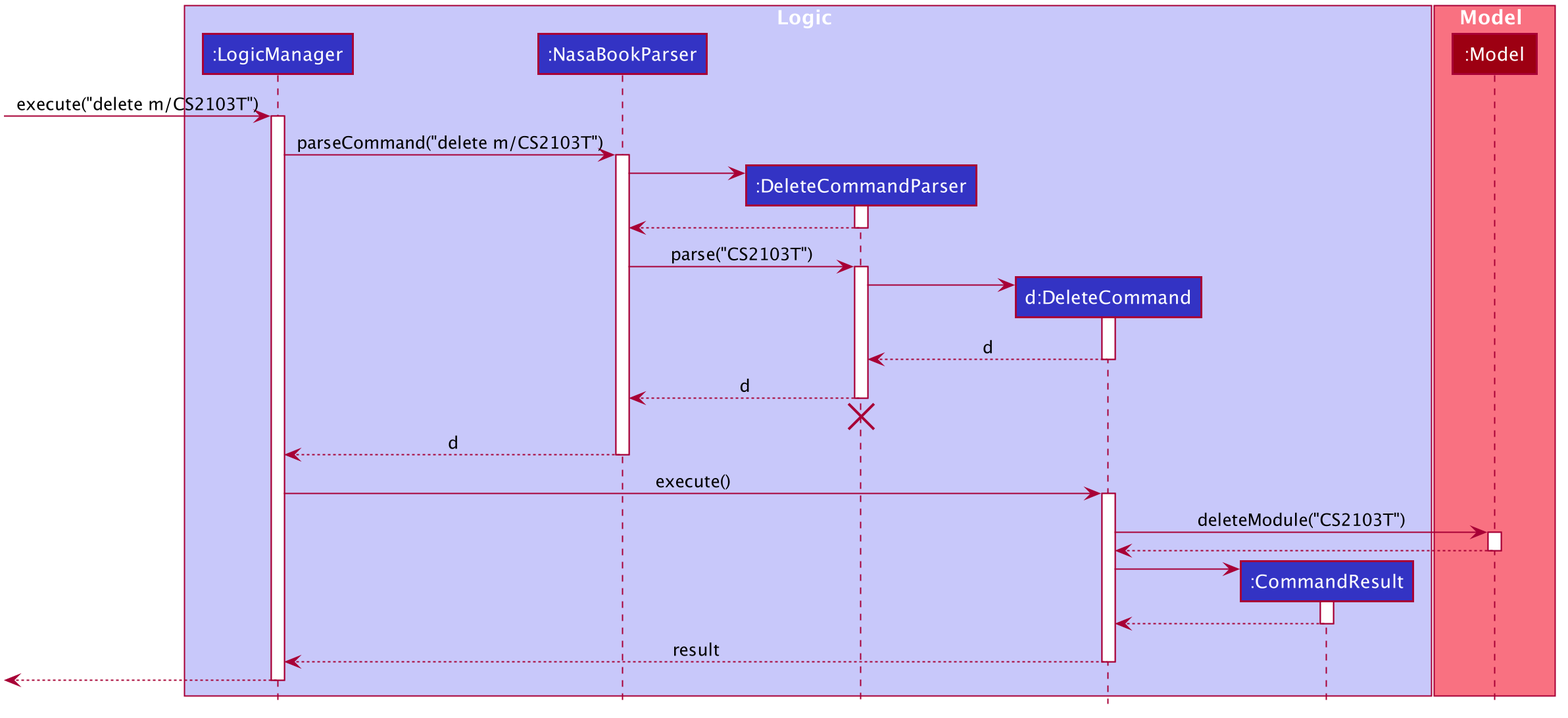
The PlantUML diagram docs/images/DeleteSequenceDiagram.png in nus-cs2103-AY1920S2/addressbook-level3, before a commit.
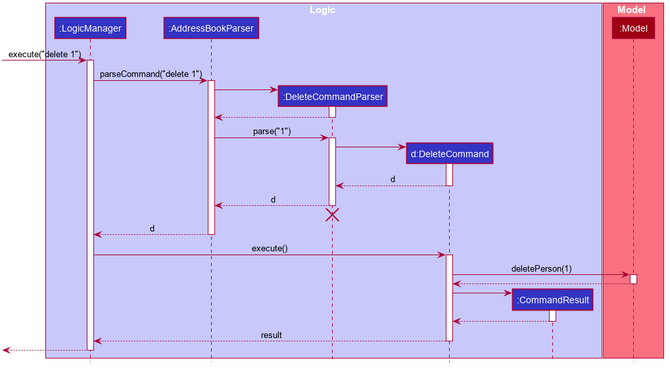
Later version of the same file.

What changed in the source:
```diff
@@ -50,7 +50,7 @@
 
 box Logic #C8C8FA
 participant ":LogicManager" as LogicManager #3333C4
-participant ":NasaBookParser" as NasaBookParser #3333C4
+participant ":AddressBookParser" as AddressBookParser #3333C4
 participant ":DeleteCommandParser" as DeleteCommandParser #3333C4
 participant "d:DeleteCommand" as DeleteCommand #3333C4
 participant ":CommandResult" as CommandResult #3333C4
@@ -60,20 +60,20 @@
 participant ":Model" as Model #9D0012
 end box
 
-[-> LogicManager : execute("delete m/CS2103T")
+[-> LogicManager : execute("delete 1")
 activate LogicManager
 
-LogicManager -> NasaBookParser : parseCommand("delete m/CS2103T")
-activate NasaBookParser
+LogicManager -> AddressBookParser : parseCommand("delete 1")
+activate AddressBookParser
 
 create DeleteCommandParser
-NasaBookParser -> DeleteCommandParser
+AddressBookParser -> DeleteCommandParser
 activate DeleteCommandParser
 
-DeleteCommandParser --> NasaBookParser
+DeleteCommandParser --> AddressBookParser
 deactivate DeleteCommandParser
 
-NasaBookParser -> DeleteCommandParser : parse("CS2103T")
+AddressBookParser -> DeleteCommandParser : parse("1")
 activate DeleteCommandParser
 
 create DeleteCommand
@@ -83,18 +83,18 @@
 DeleteCommand --> DeleteCommandParser : d
 deactivate DeleteCommand
 
-DeleteCommandParser --> NasaBookParser : d
+DeleteCommandParser --> AddressBookParser : d
 deactivate DeleteCommandParser
-DeleteCommandParser -[hidden]-> NasaBookParser
+DeleteCommandParser -[hidden]-> AddressBookParser
 destroy DeleteCommandParser
 
-NasaBookParser --> LogicManager : d
-deactivate NasaBookParser
+AddressBookParser --> LogicManager : d
+deactivate AddressBookParser
 
 LogicManager -> DeleteCommand : execute()
 activate DeleteCommand
 
-DeleteCommand -> Model : deleteModule("CS2103T")
+DeleteCommand -> Model : deletePerson(1)
 activate Model
 
 Model --> DeleteCommand
```
